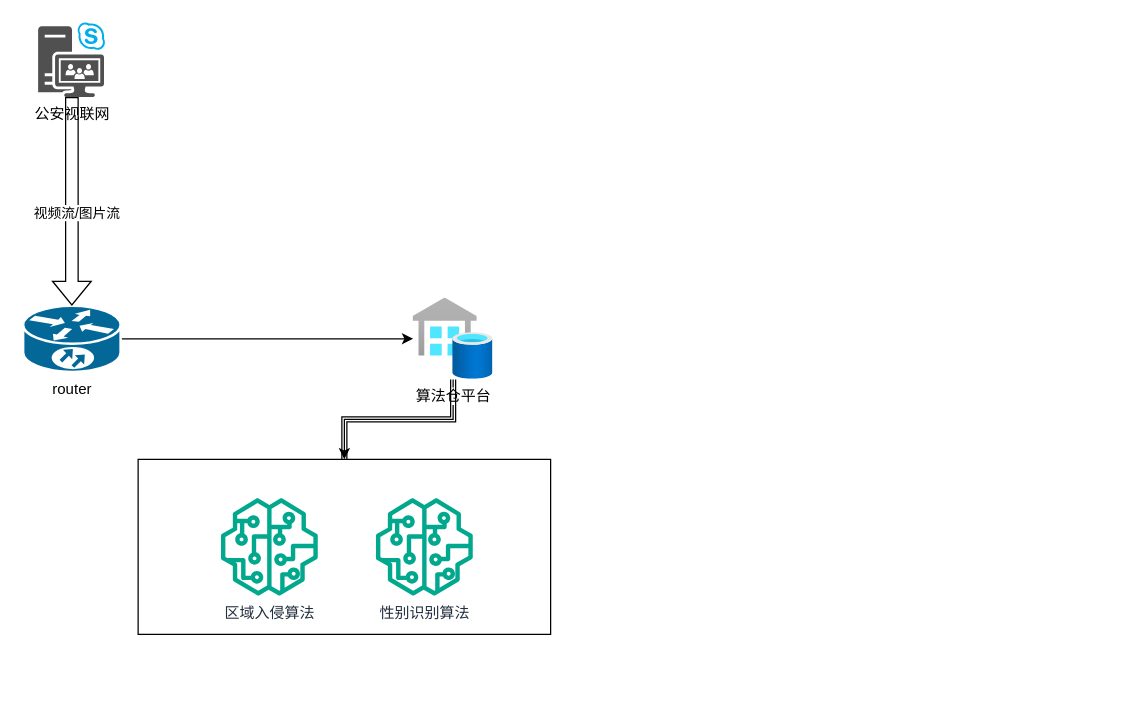
Before: 南山灰色.drawio in zhzhaoze/IFT420-Cloud-diagram, a draw.io diagram. Source tidied: cells renumbered, new cells numbered last; positions are measured from the earlier drawing's top-left corner, leaving out a move shared by most shapes. Both pictures are drawn from the tidied source at 125%, with x=0, y=0 at pixel (22, 21). Pictures stored in the file or linked from it are replaced by grey dashed boxes.
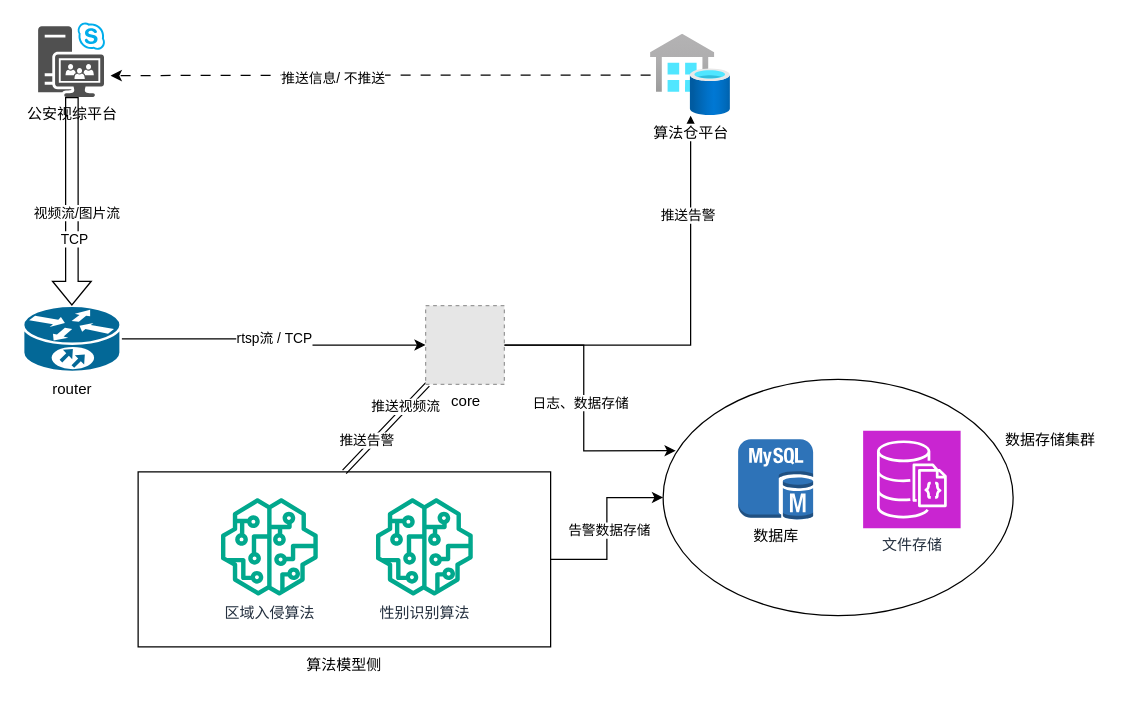
Above is the later version.

Commit message (it also covers changes not shown here):
更新南山灰色.drawio

The change refers to these unchanged cells:
```xml
<mxCell id="4" value="router" style="strokeColor=#ffffff;sketch=0;html=1;dashed=0;fillColor=#036897;strokeWidth=2;verticalLabelPosition=bottom;verticalAlign=top;align=center;outlineConnect=0;shape=mxgraph.cisco.routers.10700;" parent="1" vertex="1">
  <mxGeometry y="227" width="78" height="53" as="geometry" />
</mxCell>
<mxCell id="5" style="shape=flexArrow;endArrow=classic;html=1;rounded=0;" parent="1" edge="1" source="2" target="4">
  <mxGeometry relative="1" as="geometry" />
</mxCell>
```

Diff of the diagram source:
```diff
@@
+    <mxCell id="13" style="ellipse;whiteSpace=wrap;html=1;" parent="1" vertex="1">
+      <mxGeometry x="512" y="286" width="280" height="189" as="geometry" />
+    </mxCell>
-    <mxCell id="2" value="公安视联网" style="sketch=0;shadow=0;dashed=0;html=1;strokeColor=none;fillColor=#505050;labelPosition=center;verticalLabelPosition=bottom;verticalAlign=top;outlineConnect=0;align=center;shape=mxgraph.office.servers.video_interop_server;" parent="1" vertex="1">
+    <mxCell id="2" value="公安视综平台" style="sketch=0;shadow=0;dashed=0;html=1;strokeColor=none;fillColor=#505050;labelPosition=center;verticalLabelPosition=bottom;verticalAlign=top;outlineConnect=0;align=center;shape=mxgraph.office.servers.video_interop_server;" parent="1" vertex="1">
       <mxGeometry x="12" width="54" height="60" as="geometry" />
     </mxCell>
-    <mxCell id="3" style="edgeStyle=orthogonalEdgeStyle;rounded=0;jettySize=auto;html=1;" parent="1" edge="1" source="4" target="8">
-      <mxGeometry relative="1" as="geometry" />
-    </mxCell>
+    <mxCell id="14" style="edgeStyle=orthogonalEdgeStyle;rounded=0;jettySize=auto;html=1;" parent="1" edge="1" source="4" target="28">
+      <mxGeometry relative="1" as="geometry" />
+    </mxCell>
+    <mxCell id="15" value="rtsp流 / TCP" style="edgeLabel;html=1;align=center;verticalAlign=middle;" parent="14" vertex="1">
+      <mxGeometry x="-0.02" y="-1" relative="1" as="geometry">
+        <mxPoint x="1" y="-1" as="offset" />
+      </mxGeometry>
+    </mxCell>
@@
-    <mxCell id="7" style="edgeStyle=orthogonalEdgeStyle;rounded=0;jettySize=auto;html=1;" parent="1" edge="1" source="8" target="10">
-      <mxGeometry relative="1" as="geometry" />
-    </mxCell>
-    <mxCell id="8" value="算法仓平台" style="image;html=1;points=[];align=center;fontSize=12;image=img/lib/azure2/integration/SQL_Data_Warehouses.svg;" parent="1" vertex="1">
-      <mxGeometry x="312" y="221" width="64" height="65" as="geometry" />
-    </mxCell>
-    <mxCell id="9" style="edgeStyle=orthogonalEdgeStyle;rounded=0;jettySize=auto;html=1;shape=link;" parent="1" edge="1" source="10" target="8">
-      <mxGeometry relative="1" as="geometry" />
-    </mxCell>
+    <mxCell id="16" value="TCP" style="edgeLabel;html=1;align=center;verticalAlign=middle;" parent="5" vertex="1">
+      <mxGeometry x="0.35" y="1" relative="1" as="geometry" />
+    </mxCell>
+    <mxCell id="17" style="edgeStyle=orthogonalEdgeStyle;rounded=0;jettySize=auto;html=1;" parent="1" edge="1" source="10" target="13">
+      <mxGeometry relative="1" as="geometry" />
+    </mxCell>
+    <mxCell id="18" value="告警数据存储" style="edgeLabel;html=1;align=center;verticalAlign=middle;" parent="17" vertex="1">
+      <mxGeometry x="-0.01" y="-1" relative="1" as="geometry" />
+    </mxCell>
     <mxCell id="10" style="whiteSpace=wrap;html=1;verticalAlign=top;labelBackgroundColor=default;" parent="1" vertex="1">
-      <mxGeometry x="92" y="350" width="330" height="140" as="geometry" />
+      <mxGeometry x="92" y="360" width="330" height="140" as="geometry" />
     </mxCell>
@@
+    <mxCell id="19" style="endArrow=none;html=1;rounded=0;exitX=0.5;exitY=0;exitDx=0;exitDy=0;shape=link;" parent="1" edge="1" source="10" target="28">
+      <mxGeometry relative="1" as="geometry" />
+    </mxCell>
+    <mxCell id="20" value="推送告警" style="edgeLabel;html=1;align=center;verticalAlign=middle;" parent="19" vertex="1">
+      <mxGeometry x="-0.38" y="4" relative="1" as="geometry">
+        <mxPoint y="-1" as="offset" />
+      </mxGeometry>
+    </mxCell>
+    <mxCell id="21" value="推送视频流" style="edgeLabel;html=1;align=center;verticalAlign=middle;" parent="19" vertex="1">
+      <mxGeometry x="0.47" y="1" relative="1" as="geometry" />
+    </mxCell>
+    <mxCell id="22" value="数据库" style="dashed=0;verticalLabelPosition=bottom;verticalAlign=top;align=center;html=1;shape=mxgraph.aws3.mysql_db_instance;fillColor=#2E73B8;gradientColor=none;" parent="1" vertex="1">
+      <mxGeometry x="572" y="333.8" width="60" height="64.5" as="geometry" />
+    </mxCell>
+    <mxCell id="23" value="文件存储" style="sketch=0;fontColor=#232F3E;fillColor=#C925D1;strokeColor=#ffffff;dashed=0;verticalLabelPosition=bottom;verticalAlign=top;align=center;html=1;fontSize=12;fontStyle=0;shape=mxgraph.aws4.resourceIcon;resIcon=mxgraph.aws4.documentdb_with_mongodb_compatibility;" parent="1" vertex="1">
+      <mxGeometry x="672" y="327" width="78" height="78" as="geometry" />
+    </mxCell>
+    <mxCell id="24" value="数据存储集群" style="text;html=1;whiteSpace=wrap;strokeColor=none;fillColor=none;align=center;verticalAlign=middle;rounded=0;" parent="1" vertex="1">
+      <mxGeometry x="772" y="320" width="100" height="30" as="geometry" />
+    </mxCell>
+    <mxCell id="25" value="算法模型侧" style="text;html=1;whiteSpace=wrap;strokeColor=none;fillColor=none;align=center;verticalAlign=middle;rounded=0;" parent="1" vertex="1">
+      <mxGeometry x="207" y="500" width="100" height="30" as="geometry" />
+    </mxCell>
+    <mxCell id="26" style="edgeStyle=orthogonalEdgeStyle;rounded=0;jettySize=auto;html=1;" parent="1" edge="1" source="28" target="8">
+      <mxGeometry relative="1" as="geometry" />
+    </mxCell>
+    <mxCell id="27" value="推送告警" style="edgeLabel;html=1;align=center;verticalAlign=middle;" parent="26" vertex="1">
+      <mxGeometry x="0.52" y="3" relative="1" as="geometry" />
+    </mxCell>
+    <mxCell id="28" value="core" style="fillColor=#E6E6E6;strokeColor=#999999;dashed=1;html=1;verticalLabelPosition=bottom;labelBackgroundColor=#ffffff;verticalAlign=top;" parent="1" vertex="1">
+      <mxGeometry x="322" y="227" width="63" height="63" as="geometry" />
+    </mxCell>
+    <mxCell id="29" style="edgeStyle=orthogonalEdgeStyle;rounded=0;jettySize=auto;html=1;entryX=0.036;entryY=0.302;entryDx=0;entryDy=0;entryPerimeter=0;" parent="1" edge="1" source="28" target="13">
+      <mxGeometry relative="1" as="geometry" />
+    </mxCell>
+    <mxCell id="30" value="日志、数据存储" style="edgeLabel;html=1;align=center;verticalAlign=middle;" parent="29" vertex="1">
+      <mxGeometry x="-0.02" y="-3" relative="1" as="geometry" />
+    </mxCell>
+    <mxCell id="8" value="算法仓平台" style="image;html=1;points=[];align=center;fontSize=12;image=img/lib/azure2/integration/SQL_Data_Warehouses.svg;" parent="1" vertex="1">
+      <mxGeometry x="502" y="10" width="64" height="65" as="geometry" />
+    </mxCell>
+    <mxCell id="31" style="edgeStyle=orthogonalEdgeStyle;rounded=0;jettySize=auto;html=1;entryX=1.074;entryY=0.717;entryDx=0;entryDy=0;entryPerimeter=0;dashed=1;dashPattern=8 8;" parent="1" edge="1" source="8" target="2">
+      <mxGeometry relative="1" as="geometry" />
+    </mxCell>
+    <mxCell id="32" value="推送信息/ 不推送" style="edgeLabel;html=1;align=center;verticalAlign=middle;" parent="31" vertex="1">
+      <mxGeometry x="0.18" y="1" relative="1" as="geometry" />
+    </mxCell>
```
